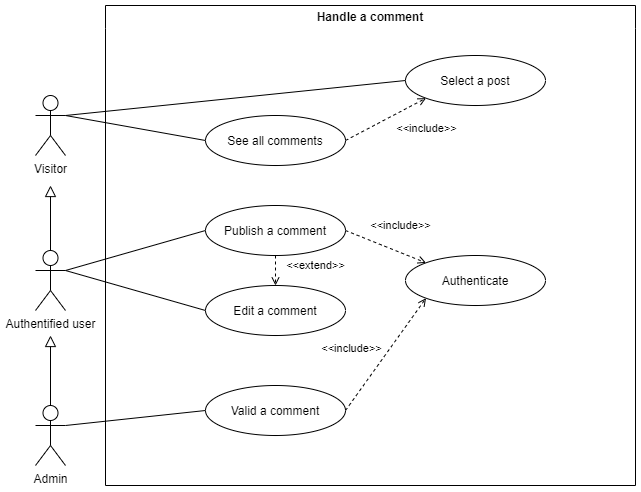
Earlier version of the draw.io export UML_diagrams/CU - Handle a comment.drawio.png (David-Renard/OC-projet5). Source tidied: cells renumbered, new cells last; positions are measured from the earlier drawing's top-left corner, leaving out a move shared by most shapes.
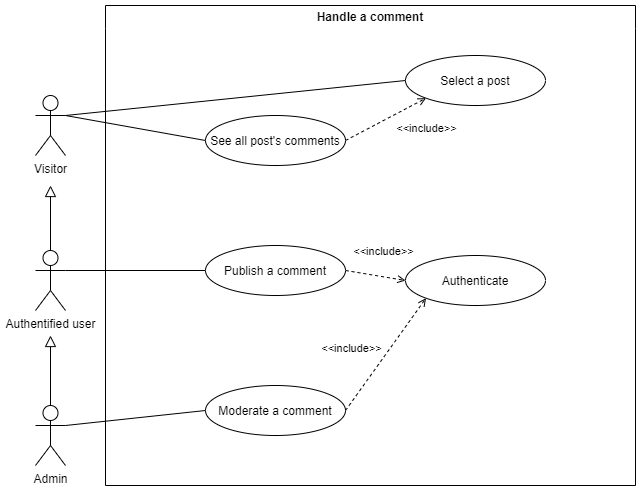
Later version of the same file.

Change to the diagram source:
```diff
@@ -5,22 +5,22 @@
     <mxCell id="2" value="Handle a comment" style="swimlane;whiteSpace=wrap;html=1;swimlaneLine=0;" parent="1" vertex="1">
       <mxGeometry x="70" width="530" height="480" as="geometry" />
     </mxCell>
-    <mxCell id="3" value="&lt;p style=&quot;line-height: 100%;&quot;&gt;See all comments&lt;/p&gt;" style="ellipse;whiteSpace=wrap;html=1;" parent="2" vertex="1">
+    <mxCell id="3" value="&lt;p style=&quot;line-height: 100%;&quot;&gt;See all post's comments&lt;/p&gt;" style="ellipse;whiteSpace=wrap;html=1;" parent="2" vertex="1">
       <mxGeometry x="100" y="110" width="140" height="50" as="geometry" />
     </mxCell>
     <mxCell id="4" value="&lt;p style=&quot;line-height: 100%;&quot;&gt;Select a post&lt;/p&gt;" style="ellipse;whiteSpace=wrap;html=1;" parent="2" vertex="1">
       <mxGeometry x="300" y="50" width="140" height="50" as="geometry" />
     </mxCell>
     <mxCell id="5" value="&lt;p style=&quot;line-height: 100%;&quot;&gt;Publish a comment&lt;/p&gt;" style="ellipse;whiteSpace=wrap;html=1;" parent="2" vertex="1">
-      <mxGeometry x="100" y="200" width="140" height="50" as="geometry" />
+      <mxGeometry x="100" y="240" width="140" height="50" as="geometry" />
     </mxCell>
-    <mxCell id="6" value="&lt;p style=&quot;line-height: 100%;&quot;&gt;Valid a comment&lt;/p&gt;" style="ellipse;whiteSpace=wrap;html=1;" parent="2" vertex="1">
+    <mxCell id="6" value="&lt;p style=&quot;line-height: 100%;&quot;&gt;Moderate a comment&lt;/p&gt;" style="ellipse;whiteSpace=wrap;html=1;" parent="2" vertex="1">
       <mxGeometry x="100" y="380" width="140" height="50" as="geometry" />
     </mxCell>
     <mxCell id="7" value="&lt;p style=&quot;line-height: 100%;&quot;&gt;Authenticate&lt;/p&gt;" style="ellipse;whiteSpace=wrap;html=1;" parent="2" vertex="1">
       <mxGeometry x="300" y="250" width="140" height="50" as="geometry" />
     </mxCell>
-    <mxCell id="8" value="&amp;lt;&amp;lt;include&amp;gt;&amp;gt;" style="endArrow=open;html=1;rounded=0;exitX=1;exitY=0.5;exitDx=0;exitDy=0;endFill=0;dashed=1;entryX=0;entryY=0;entryDx=0;entryDy=0;" parent="2" edge="1" source="5" target="7">
+    <mxCell id="8" value="&amp;lt;&amp;lt;include&amp;gt;&amp;gt;" style="endArrow=open;html=1;rounded=0;exitX=1;exitY=0.5;exitDx=0;exitDy=0;endFill=0;dashed=1;entryX=0;entryY=0.5;entryDx=0;entryDy=0;" parent="2" edge="1" source="5" target="7">
       <mxGeometry x="0.12" y="25" relative="1" as="geometry" />
     </mxCell>
     <mxCell id="9" value="&amp;lt;&amp;lt;include&amp;gt;&amp;gt;" style="endArrow=open;html=1;rounded=0;exitX=1;exitY=0.5;exitDx=0;exitDy=0;endFill=0;dashed=1;entryX=0;entryY=1;entryDx=0;entryDy=0;" parent="2" edge="1" source="6" target="7">
@@ -29,12 +29,6 @@
     <mxCell id="10" value="&amp;lt;&amp;lt;include&amp;gt;&amp;gt;" style="endArrow=open;html=1;rounded=0;exitX=1;exitY=0.5;exitDx=0;exitDy=0;endFill=0;dashed=1;entryX=0;entryY=1;entryDx=0;entryDy=0;" parent="2" edge="1" source="3" target="4">
       <mxGeometry x="0.69" y="-27" relative="1" as="geometry" />
     </mxCell>
-    <mxCell id="11" value="&lt;p style=&quot;line-height: 100%;&quot;&gt;Edit a comment&lt;/p&gt;" style="ellipse;whiteSpace=wrap;html=1;" parent="2" vertex="1">
-      <mxGeometry x="100" y="280" width="140" height="50" as="geometry" />
-    </mxCell>
-    <mxCell id="12" value="&amp;lt;&amp;lt;extend&amp;gt;&amp;gt;" style="endArrow=open;html=1;rounded=0;exitX=0.5;exitY=1;exitDx=0;exitDy=0;endFill=0;dashed=1;entryX=0.5;entryY=0;entryDx=0;entryDy=0;" parent="2" edge="1" source="5" target="11">
-      <mxGeometry x="-0.33" y="40" relative="1" as="geometry" />
-    </mxCell>
     <mxCell id="13" value="Visitor" style="shape=umlActor;verticalLabelPosition=bottom;verticalAlign=top;html=1;outlineConnect=0;" parent="1" vertex="1">
       <mxGeometry y="90" width="30" height="60" as="geometry" />
     </mxCell>
@@ -66,8 +60,5 @@
         <mxPoint x="15" y="180" as="targetPoint" />
       </mxGeometry>
     </mxCell>
-    <mxCell id="22" style="endArrow=none;html=1;rounded=0;exitX=1;exitY=0.3333333333333333;exitDx=0;exitDy=0;exitPerimeter=0;entryX=0;entryY=0.5;entryDx=0;entryDy=0;" parent="1" edge="1" source="20" target="11">
-      <mxGeometry relative="1" as="geometry" />
-    </mxCell>
   </root>
 </mxGraphModel>
```
